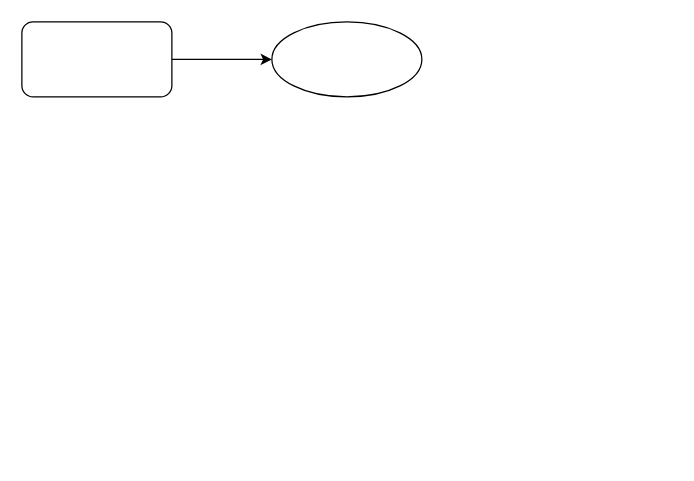
The draw.io diagram Untitled Diagram.drawio in ChaoMing1/advanced-java, before the edit. Source tidied: cells renumbered, new cells numbered last; positions are measured from the earlier drawing's top-left corner, leaving out a move shared by most shapes. Both pictures are drawn from the tidied source at 125%, with x=0, y=0 at pixel (21, 21).
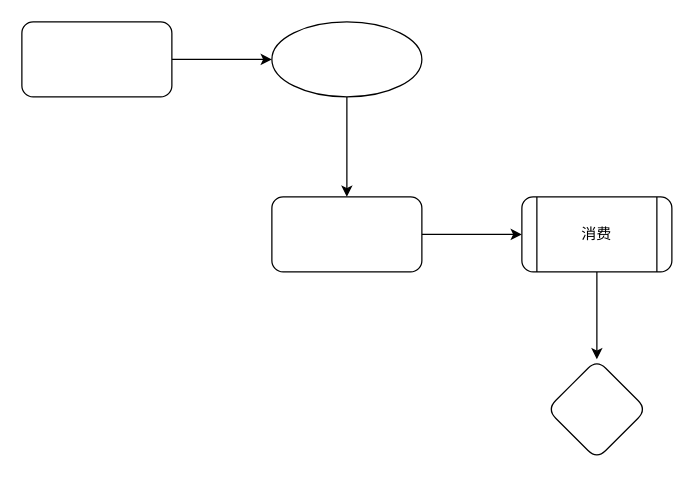
Above is the later version.

What changed in the source:
```diff
@@
 <mxGraphModel>
   <root>
     <mxCell id="0" />
     <mxCell id="1" parent="0" />
     <mxCell id="2" style="edgeStyle=orthogonalEdgeStyle;rounded=0;jettySize=auto;html=1;" parent="1" edge="1" source="3" target="4">
       <mxGeometry relative="1" as="geometry" />
     </mxCell>
     <mxCell id="3" style="rounded=1;whiteSpace=wrap;html=1;" parent="1" vertex="1">
       <mxGeometry width="120" height="60" as="geometry" />
     </mxCell>
+    <mxCell id="5" style="edgeStyle=orthogonalEdgeStyle;rounded=0;jettySize=auto;html=1;" parent="1" edge="1" source="4" target="7">
+      <mxGeometry relative="1" as="geometry" />
+    </mxCell>
     <mxCell id="4" style="ellipse;whiteSpace=wrap;html=1;rounded=1;" parent="1" vertex="1">
       <mxGeometry x="200" width="120" height="60" as="geometry" />
     </mxCell>
+    <mxCell id="6" style="edgeStyle=orthogonalEdgeStyle;rounded=0;jettySize=auto;html=1;" parent="1" edge="1" source="7" target="9">
+      <mxGeometry relative="1" as="geometry" />
+    </mxCell>
+    <mxCell id="7" style="rounded=1;whiteSpace=wrap;html=1;" parent="1" vertex="1">
+      <mxGeometry x="200" y="140" width="120" height="60" as="geometry" />
+    </mxCell>
+    <mxCell id="8" style="edgeStyle=orthogonalEdgeStyle;rounded=0;jettySize=auto;html=1;" parent="1" edge="1" source="9" target="10">
+      <mxGeometry relative="1" as="geometry" />
+    </mxCell>
+    <mxCell id="9" value="消费" style="shape=process;whiteSpace=wrap;html=1;backgroundOutline=1;rounded=1;" parent="1" vertex="1">
+      <mxGeometry x="400" y="140" width="120" height="60" as="geometry" />
+    </mxCell>
+    <mxCell id="10" style="rhombus;whiteSpace=wrap;html=1;rounded=1;" parent="1" vertex="1">
+      <mxGeometry x="420" y="270" width="80" height="80" as="geometry" />
+    </mxCell>
   </root>
 </mxGraphModel>
```
